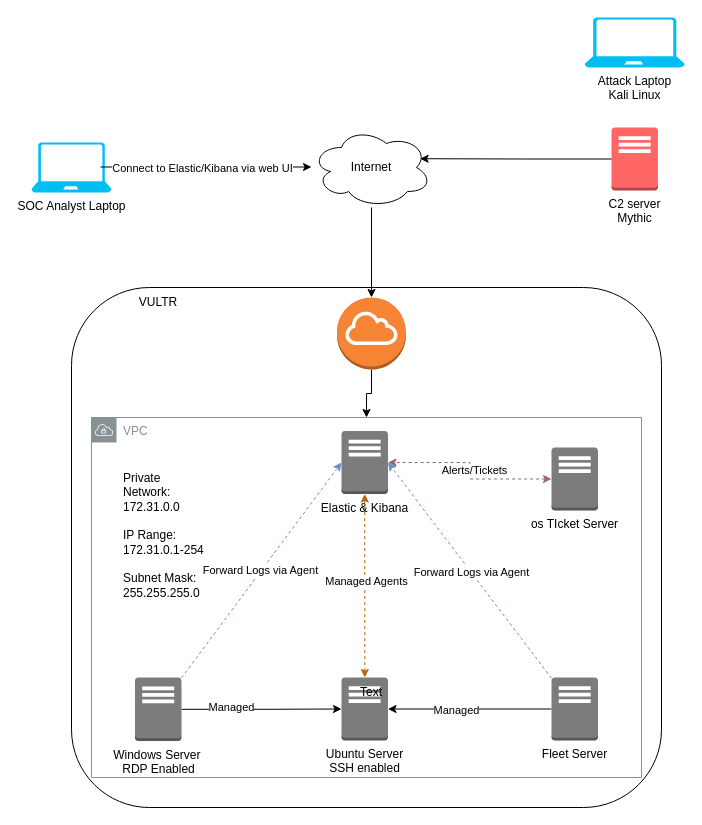
Before: Untitled Diagram.drawio in loaaan/hello, a draw.io diagram. Source tidied: cells renumbered, new cells numbered last; positions are measured from the earlier drawing's top-left corner, leaving out a move shared by most shapes. Both pictures are drawn from the tidied source at 100%, with x=0, y=0 at pixel (31, 17).
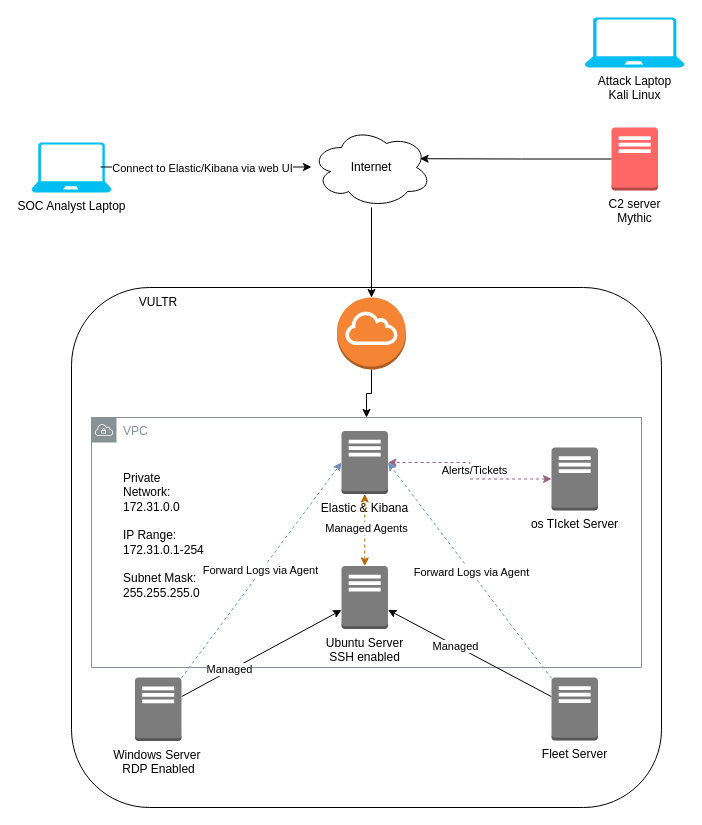
Above is the later version.

Commit message:
Updated Logical Diagram

The change refers to these unchanged cells:
```xml
<mxCell id="6" value="Fleet Server" style="outlineConnect=0;dashed=0;verticalLabelPosition=bottom;verticalAlign=top;align=center;html=1;shape=mxgraph.aws3.traditional_server;fillColor=#7D7C7C;gradientColor=none;" parent="1" vertex="1">
  <mxGeometry x="520" y="660" width="46.5" height="63" as="geometry" />
</mxCell>
<mxCell id="12" value="Windows Server&amp;nbsp;&lt;div&gt;RDP Enabled&lt;/div&gt;" style="outlineConnect=0;dashed=0;verticalLabelPosition=bottom;verticalAlign=top;align=center;html=1;shape=mxgraph.aws3.traditional_server;fillColor=#7D7C7C;gradientColor=none;" parent="1" vertex="1">
  <mxGeometry x="103.5" y="660" width="46.5" height="63.5" as="geometry" />
</mxCell>
```

Diff of the diagram source:
```diff
@@
     <mxCell id="3" value="VPC" style="sketch=0;outlineConnect=0;gradientColor=none;html=1;whiteSpace=wrap;fontSize=12;fontStyle=0;shape=mxgraph.aws4.group;grIcon=mxgraph.aws4.group_vpc;strokeColor=#879196;fillColor=none;verticalAlign=top;align=left;spacingLeft=30;fontColor=#879196;dashed=0;" parent="1" vertex="1">
-      <mxGeometry x="60" y="400" width="550" height="360" as="geometry" />
+      <mxGeometry x="60" y="400" width="550" height="250" as="geometry" />
     </mxCell>
-    <mxCell id="4" style="edgeStyle=orthogonalEdgeStyle;rounded=0;jettySize=auto;html=1;" parent="1" edge="1" source="6" target="7">
+    <mxCell id="4" style="rounded=0;jettySize=auto;html=1;" parent="1" edge="1" source="6" target="7">
       <mxGeometry relative="1" as="geometry" />
     </mxCell>
@@
     <mxCell id="7" value="Ubuntu Server&lt;div&gt;SSH enabled&lt;/div&gt;" style="outlineConnect=0;dashed=0;verticalLabelPosition=bottom;verticalAlign=top;align=center;html=1;shape=mxgraph.aws3.traditional_server;fillColor=#7D7C7C;gradientColor=none;" parent="1" vertex="1">
-      <mxGeometry x="310" y="660" width="46.5" height="63" as="geometry" />
+      <mxGeometry x="310" y="548.5" width="46.5" height="63" as="geometry" />
     </mxCell>
@@
-    <mxCell id="10" style="edgeStyle=orthogonalEdgeStyle;rounded=0;jettySize=auto;html=1;" parent="1" edge="1" source="12" target="7">
+    <mxCell id="10" style="rounded=0;jettySize=auto;html=1;" parent="1" edge="1" source="12" target="7">
       <mxGeometry relative="1" as="geometry" />
     </mxCell>
@@
-    <mxCell id="23" value="Text" style="text;html=1;align=center;verticalAlign=middle;whiteSpace=wrap;rounded=0;" parent="1" vertex="1">
-      <mxGeometry x="310" y="660" width="60" height="30" as="geometry" />
-    </mxCell>
```
